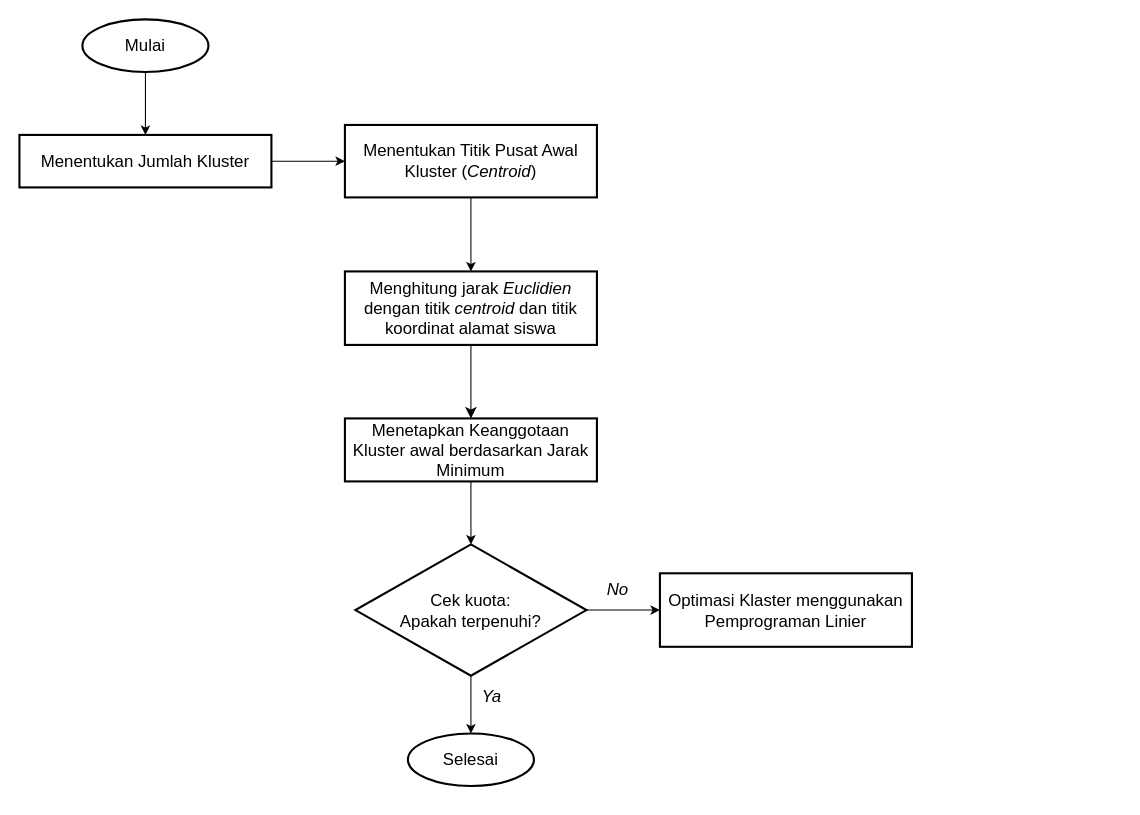
NayaRPL/bebas keeps this draw.io diagram as page "Halaman-6" (6 of 7) of Diagram Tanpa Judul.drawio. Above is the earlier version. Source tidied: cells renumbered, new cells numbered last; positions are measured from the earlier drawing's top-left corner, leaving out a move shared by most shapes. Both pictures are drawn from the tidied source at 105%, with x=0, y=0 at pixel (19, 19).
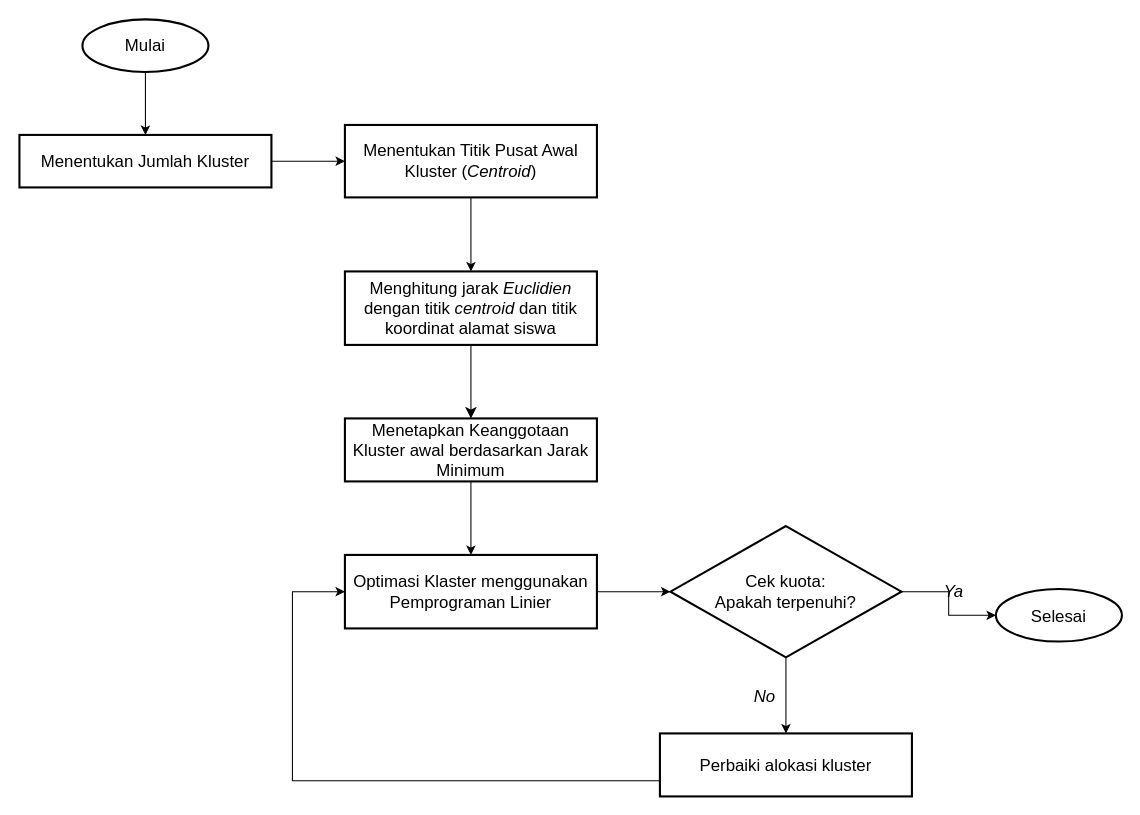
The same page after the edit.

The change refers to these unchanged cells:
```xml
<mxCell id="11" value="&lt;font style=&quot;font-size: 16px;&quot;&gt;Menetapkan Keanggotaan Kluster awal berdasarkan Jarak Minimum&lt;/font&gt;" style="rounded=0;whiteSpace=wrap;html=1;absoluteArcSize=1;arcSize=14;strokeWidth=2;" parent="1" vertex="1">
  <mxGeometry x="310" y="380" width="240" height="60" as="geometry" />
</mxCell>
```

Diff of the diagram source:
```diff
@@
-    <mxCell id="10" style="edgeStyle=orthogonalEdgeStyle;rounded=0;jettySize=auto;html=1;exitX=0.5;exitY=1;exitDx=0;exitDy=0;" parent="1" edge="1" source="11" target="13">
-      <mxGeometry relative="1" as="geometry" />
-    </mxCell>
+    <mxCell id="19" style="edgeStyle=orthogonalEdgeStyle;rounded=0;jettySize=auto;html=1;exitX=0.5;exitY=1;exitDx=0;exitDy=0;entryX=0.5;entryY=0;entryDx=0;entryDy=0;" parent="1" edge="1" source="11" target="16">
+      <mxGeometry relative="1" as="geometry" />
+    </mxCell>
@@
-    <mxCell id="12" style="edgeStyle=orthogonalEdgeStyle;rounded=0;jettySize=auto;html=1;exitX=1;exitY=0.5;exitDx=0;exitDy=0;exitPerimeter=0;entryX=0;entryY=0.5;entryDx=0;entryDy=0;" parent="1" edge="1" source="13" target="16">
-      <mxGeometry relative="1" as="geometry" />
-    </mxCell>
+    <mxCell id="20" style="edgeStyle=orthogonalEdgeStyle;rounded=0;jettySize=auto;html=1;exitX=0.5;exitY=1;exitDx=0;exitDy=0;exitPerimeter=0;entryX=0.5;entryY=0;entryDx=0;entryDy=0;" parent="1" edge="1" source="13" target="23">
+      <mxGeometry relative="1" as="geometry" />
+    </mxCell>
+    <mxCell id="17" style="edgeStyle=orthogonalEdgeStyle;rounded=0;jettySize=auto;html=1;exitX=1;exitY=0.5;exitDx=0;exitDy=0;exitPerimeter=0;" parent="1" edge="1" source="13" target="14">
+      <mxGeometry relative="1" as="geometry" />
+    </mxCell>
     <mxCell id="13" value="&lt;font style=&quot;font-size: 16px;&quot;&gt;Cek kuota:&lt;/font&gt;&lt;div&gt;&lt;font style=&quot;font-size: 16px;&quot;&gt;Apakah terpenuhi?&lt;/font&gt;&lt;/div&gt;" style="strokeWidth=2;html=1;shape=mxgraph.flowchart.decision;whiteSpace=wrap;align=center;" parent="1" vertex="1">
-      <mxGeometry x="320" y="500" width="220" height="125" as="geometry" />
+      <mxGeometry x="620" y="482.5" width="220" height="125" as="geometry" />
     </mxCell>
     <mxCell id="14" value="&lt;font style=&quot;font-size: 16px;&quot;&gt;Selesai&lt;/font&gt;" style="strokeWidth=2;html=1;shape=mxgraph.flowchart.start_1;whiteSpace=wrap;" parent="1" vertex="1">
-      <mxGeometry x="370" y="680" width="120" height="50" as="geometry" />
+      <mxGeometry x="930" y="542.5" width="120" height="50" as="geometry" />
     </mxCell>
     <mxCell id="15" value="&lt;font style=&quot;font-size: 16px;&quot;&gt;&lt;i style=&quot;&quot;&gt;No&lt;/i&gt;&lt;/font&gt;" style="text;html=1;align=center;verticalAlign=middle;whiteSpace=wrap;rounded=0;" parent="1" vertex="1">
-      <mxGeometry x="530" y="527.5" width="80" height="30" as="geometry" />
+      <mxGeometry x="670" y="630" width="80" height="30" as="geometry" />
     </mxCell>
+    <mxCell id="21" style="edgeStyle=orthogonalEdgeStyle;rounded=0;jettySize=auto;html=1;exitX=1;exitY=0.5;exitDx=0;exitDy=0;" parent="1" edge="1" source="16" target="13">
+      <mxGeometry relative="1" as="geometry" />
+    </mxCell>
     <mxCell id="16" value="&lt;font style=&quot;font-size: 16px;&quot;&gt;Optimasi Klaster menggunakan Pemprograman Linier&lt;/font&gt;" style="rounded=0;whiteSpace=wrap;html=1;absoluteArcSize=1;arcSize=14;strokeWidth=2;" parent="1" vertex="1">
-      <mxGeometry x="610" y="527.5" width="240" height="70" as="geometry" />
+      <mxGeometry x="310" y="510" width="240" height="70" as="geometry" />
     </mxCell>
-    <mxCell id="17" style="edgeStyle=orthogonalEdgeStyle;rounded=0;jettySize=auto;html=1;exitX=0.5;exitY=1;exitDx=0;exitDy=0;exitPerimeter=0;entryX=0.5;entryY=0;entryDx=0;entryDy=0;entryPerimeter=0;" parent="1" edge="1" source="13" target="14">
-      <mxGeometry relative="1" as="geometry" />
-    </mxCell>
     <mxCell id="18" value="&lt;font style=&quot;font-size: 16px;&quot;&gt;&lt;i style=&quot;&quot;&gt;Ya&lt;/i&gt;&lt;/font&gt;" style="text;html=1;align=center;verticalAlign=middle;whiteSpace=wrap;rounded=0;" parent="1" vertex="1">
-      <mxGeometry x="410" y="630" width="80" height="30" as="geometry" />
+      <mxGeometry x="850" y="530" width="80" height="30" as="geometry" />
     </mxCell>
+    <mxCell id="22" style="edgeStyle=orthogonalEdgeStyle;rounded=0;jettySize=auto;html=1;exitX=0;exitY=0.75;exitDx=0;exitDy=0;entryX=0;entryY=0.5;entryDx=0;entryDy=0;" parent="1" edge="1" source="23" target="16">
+      <mxGeometry relative="1" as="geometry">
+        <Array as="points">
+          <mxPoint x="260" y="725" />
+          <mxPoint x="260" y="545" />
+        </Array>
+      </mxGeometry>
+    </mxCell>
+    <mxCell id="23" value="&lt;font style=&quot;font-size: 16px;&quot;&gt;Perbaiki alokasi kluster&lt;/font&gt;" style="rounded=0;whiteSpace=wrap;html=1;absoluteArcSize=1;arcSize=14;strokeWidth=2;" parent="1" vertex="1">
+      <mxGeometry x="610" y="680" width="240" height="60" as="geometry" />
+    </mxCell>
```
